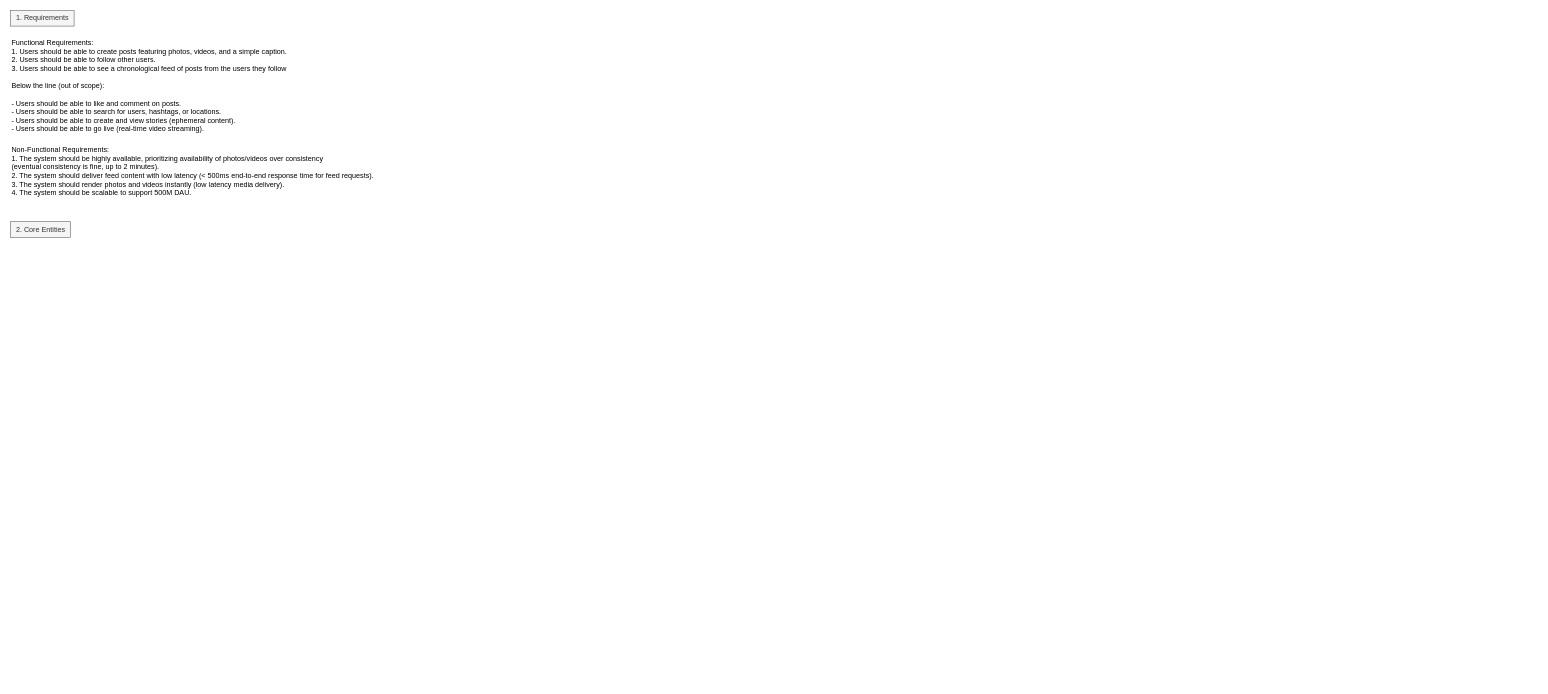
Before: page "instagram" (5 of 5) of system_design.drawio in lacrimae/system_design_practice, a draw.io diagram. Source tidied: cells renumbered, new cells numbered last; positions are measured from the earlier drawing's top-left corner, leaving out a move shared by most shapes. Both pictures are drawn from the tidied source at 60%, with x=0, y=0 at pixel (10, 10).
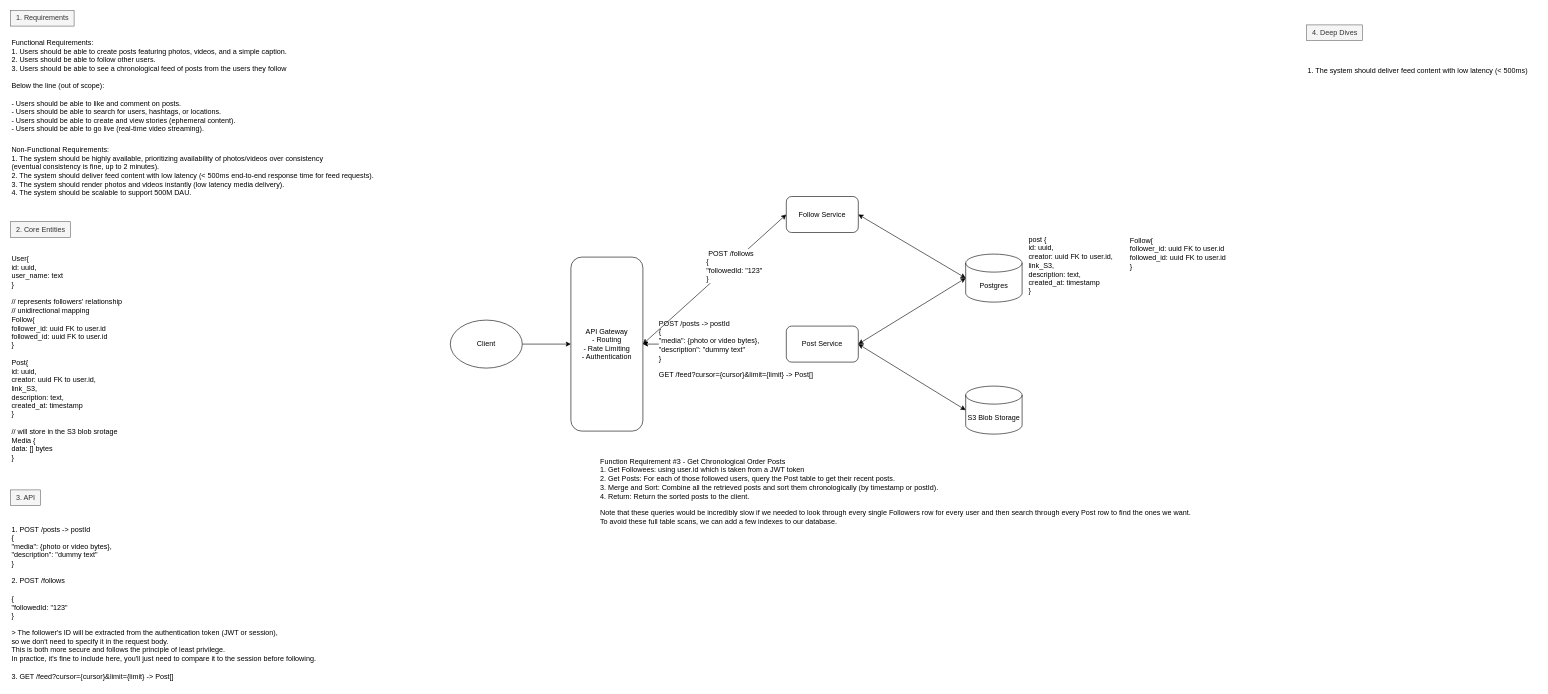
The same page after the edit.

Change to the diagram source:
```diff
@@
+    <mxCell id="6" value="User{&lt;div style=&quot;&quot;&gt;id: uuid,&lt;/div&gt;&lt;div style=&quot;&quot;&gt;user_name: text&lt;/div&gt;&lt;div&gt;}&lt;/div&gt;&lt;div&gt;&lt;br&gt;&lt;/div&gt;&lt;div&gt;// represents followers' relationship&lt;/div&gt;&lt;div&gt;// unidirectional mapping&lt;/div&gt;&lt;div&gt;Follow{&lt;/div&gt;&lt;div&gt;follower_id: uuid&amp;nbsp;&lt;span style=&quot;background-color: transparent; color: light-dark(rgb(0, 0, 0), rgb(255, 255, 255));&quot;&gt;FK to user.id&lt;/span&gt;&lt;/div&gt;&lt;div&gt;followed_id: uuid FK to user.id&lt;/div&gt;&lt;div&gt;}&lt;/div&gt;&lt;div&gt;&lt;br&gt;&lt;/div&gt;&lt;div&gt;Post{&lt;/div&gt;&lt;div&gt;id: uuid,&lt;/div&gt;&lt;div&gt;creator: uuid FK to user.id,&lt;/div&gt;&lt;div&gt;link_S3,&lt;/div&gt;&lt;div&gt;description: text,&lt;/div&gt;&lt;div&gt;created_at: timestamp&lt;/div&gt;&lt;div&gt;}&lt;/div&gt;&lt;div&gt;&lt;br&gt;&lt;/div&gt;&lt;div&gt;// will store in the S3 blob srotage&lt;/div&gt;&lt;div&gt;Media {&lt;/div&gt;&lt;div&gt;data: [] bytes&lt;/div&gt;&lt;div&gt;}&lt;/div&gt;&lt;div&gt;&lt;br&gt;&lt;/div&gt;&lt;div&gt;&lt;br&gt;&lt;/div&gt;" style="text;html=1;align=left;verticalAlign=middle;strokeColor=none;fillColor=none;" parent="1" vertex="1">
+      <mxGeometry y="401" width="202" height="386" as="geometry" />
+    </mxCell>
+    <mxCell id="7" value="3. API" style="text;html=1;align=center;verticalAlign=middle;strokeColor=#666666;fillColor=#f5f5f5;fontColor=#333333;" parent="1" vertex="1">
+      <mxGeometry y="799" width="50" height="26" as="geometry" />
+    </mxCell>
+    <mxCell id="8" value="1. POST /posts -&amp;gt; postId&lt;div&gt;{&lt;/div&gt;&lt;div&gt;&quot;media&quot;: {photo or video bytes},&lt;/div&gt;&lt;div&gt;&quot;description&quot;: &quot;dummy text&quot;&lt;/div&gt;&lt;div&gt;}&lt;/div&gt;&lt;div&gt;&lt;br&gt;&lt;/div&gt;&lt;div&gt;2. POST /follows&lt;/div&gt;&lt;div&gt;&lt;br&gt;&lt;/div&gt;&lt;div&gt;{&lt;/div&gt;&lt;div&gt;&quot;followedId: &quot;123&quot;&lt;/div&gt;&lt;div&gt;}&lt;/div&gt;&lt;div&gt;&lt;br&gt;&lt;/div&gt;&lt;div&gt;&amp;gt;&amp;nbsp;The follower's ID will be extracted from the authentication token (JWT or session),&lt;/div&gt;&lt;div&gt;so we don't need to specify it in the request body.&lt;/div&gt;&lt;div&gt;This is both more secure and follows the principle of least privilege.&amp;nbsp;&lt;/div&gt;&lt;div&gt;In practice, it's fine to include here, you'll just need to compare it to the session before following.&lt;/div&gt;&lt;div&gt;&lt;br&gt;&lt;/div&gt;&lt;div&gt;3.&amp;nbsp;&lt;span style=&quot;text-align: center; background-color: transparent; color: light-dark(rgb(0, 0, 0), rgb(255, 255, 255));&quot;&gt;GET /feed?cursor={cursor}&amp;amp;limit={limit} -&amp;gt; Post[]&lt;/span&gt;&lt;/div&gt;" style="text;html=1;align=left;verticalAlign=middle;strokeColor=none;fillColor=none;" parent="1" vertex="1">
+      <mxGeometry y="851" width="526" height="271" as="geometry" />
+    </mxCell>
+    <mxCell id="9" style="edgeStyle=orthogonalEdgeStyle;rounded=0;jettySize=auto;html=1;exitX=1;exitY=0.5;exitDx=0;exitDy=0;entryX=0;entryY=0.5;entryDx=0;entryDy=0;" parent="1" edge="1" source="10" target="15">
+      <mxGeometry relative="1" as="geometry" />
+    </mxCell>
+    <mxCell id="10" value="Client" style="ellipse;whiteSpace=wrap;html=1;" parent="1" vertex="1">
+      <mxGeometry x="733" y="516" width="120" height="80" as="geometry" />
+    </mxCell>
+    <mxCell id="11" style="edgeStyle=orthogonalEdgeStyle;rounded=0;jettySize=auto;html=1;exitX=1;exitY=0.5;exitDx=0;exitDy=0;entryX=0;entryY=0.5;entryDx=0;entryDy=0;startArrow=classic;startFill=1;" parent="1" edge="1" source="15" target="16">
+      <mxGeometry relative="1" as="geometry" />
+    </mxCell>
+    <mxCell id="12" value="&lt;span style=&quot;font-size: 12px;&quot;&gt;POST /posts -&amp;gt; postId&lt;/span&gt;&lt;div&gt;&lt;span style=&quot;font-size: 12px;&quot;&gt;&lt;div&gt;{&lt;/div&gt;&lt;div&gt;&quot;media&quot;: {photo or video bytes},&lt;/div&gt;&lt;div&gt;&quot;description&quot;: &quot;dummy text&quot;&lt;/div&gt;&lt;div&gt;}&lt;/div&gt;&lt;div&gt;&lt;br&gt;&lt;/div&gt;&lt;div&gt;&lt;span style=&quot;text-align: center;&quot;&gt;GET /feed?cursor={cursor}&amp;amp;limit={limit} -&amp;gt; Post[]&lt;/span&gt;&lt;/div&gt;&lt;div&gt;&lt;br&gt;&lt;/div&gt;&lt;/span&gt;&lt;/div&gt;" style="edgeLabel;html=1;align=left;verticalAlign=middle;" parent="11" vertex="1">
+      <mxGeometry x="-0.38" y="1" relative="1" as="geometry">
+        <mxPoint x="-49" y="16" as="offset" />
+      </mxGeometry>
+    </mxCell>
+    <mxCell id="13" style="rounded=0;jettySize=auto;html=1;exitX=1;exitY=0.5;exitDx=0;exitDy=0;entryX=0;entryY=0.5;entryDx=0;entryDy=0;startArrow=classic;startFill=1;" parent="1" edge="1" source="15" target="22">
+      <mxGeometry relative="1" as="geometry" />
+    </mxCell>
+    <mxCell id="14" value="&lt;div style=&quot;font-size: 12px;&quot;&gt;&amp;nbsp;POST /follows&lt;/div&gt;&lt;div style=&quot;font-size: 12px;&quot;&gt;&lt;span style=&quot;background-color: light-dark(#ffffff, var(--ge-dark-color, #121212)); color: light-dark(rgb(0, 0, 0), rgb(255, 255, 255));&quot;&gt;{&lt;/span&gt;&lt;/div&gt;&lt;div style=&quot;font-size: 12px;&quot;&gt;&quot;followedId: &quot;123&quot;&lt;/div&gt;&lt;div style=&quot;font-size: 12px;&quot;&gt;}&lt;/div&gt;" style="edgeLabel;html=1;align=left;verticalAlign=middle;" parent="13" vertex="1">
+      <mxGeometry x="0.3" y="1" relative="1" as="geometry">
+        <mxPoint x="-50" y="10" as="offset" />
+      </mxGeometry>
+    </mxCell>
+    <mxCell id="15" value="API Gateway&lt;div&gt;- Routing&lt;/div&gt;&lt;div&gt;- Rate Limiting&lt;/div&gt;&lt;div&gt;- Authentication&lt;/div&gt;" style="rounded=1;whiteSpace=wrap;html=1;" parent="1" vertex="1">
+      <mxGeometry x="934" y="411" width="120" height="290" as="geometry" />
+    </mxCell>
+    <mxCell id="16" value="Post Service" style="rounded=1;whiteSpace=wrap;html=1;" parent="1" vertex="1">
+      <mxGeometry x="1293" y="526" width="120" height="60" as="geometry" />
+    </mxCell>
+    <mxCell id="17" value="Postgres" style="shape=cylinder3;whiteSpace=wrap;html=1;boundedLbl=1;backgroundOutline=1;size=15;" parent="1" vertex="1">
+      <mxGeometry x="1592" y="406" width="94" height="80" as="geometry" />
+    </mxCell>
+    <mxCell id="18" value="S3 Blob Storage" style="shape=cylinder3;whiteSpace=wrap;html=1;boundedLbl=1;backgroundOutline=1;size=15;" parent="1" vertex="1">
+      <mxGeometry x="1592" y="626" width="94" height="80" as="geometry" />
+    </mxCell>
+    <mxCell id="19" style="rounded=0;jettySize=auto;html=1;exitX=1;exitY=0.5;exitDx=0;exitDy=0;entryX=0;entryY=0.5;entryDx=0;entryDy=0;entryPerimeter=0;startArrow=classic;startFill=1;" parent="1" edge="1" source="16" target="17">
+      <mxGeometry relative="1" as="geometry" />
+    </mxCell>
+    <mxCell id="20" style="rounded=0;jettySize=auto;html=1;exitX=1;exitY=0.5;exitDx=0;exitDy=0;entryX=0;entryY=0.5;entryDx=0;entryDy=0;entryPerimeter=0;startArrow=classic;startFill=1;" parent="1" edge="1" source="16" target="18">
+      <mxGeometry relative="1" as="geometry" />
+    </mxCell>
+    <mxCell id="21" value="&lt;div style=&quot;forced-color-adjust: none; color: rgb(0, 0, 0); font-family: Helvetica; font-size: 12px; font-style: normal; font-variant-ligatures: normal; font-variant-caps: normal; font-weight: 400; letter-spacing: normal; orphans: 2; text-align: left; text-indent: 0px; text-transform: none; widows: 2; word-spacing: 0px; -webkit-text-stroke-width: 0px; white-space: nowrap; background-color: rgb(255, 255, 255); text-decoration-thickness: initial; text-decoration-style: initial; text-decoration-color: initial;&quot;&gt;post {&lt;/div&gt;&lt;div style=&quot;forced-color-adjust: none; color: rgb(0, 0, 0); font-family: Helvetica; font-size: 12px; font-style: normal; font-variant-ligatures: normal; font-variant-caps: normal; font-weight: 400; letter-spacing: normal; orphans: 2; text-align: left; text-indent: 0px; text-transform: none; widows: 2; word-spacing: 0px; -webkit-text-stroke-width: 0px; white-space: nowrap; background-color: rgb(255, 255, 255); text-decoration-thickness: initial; text-decoration-style: initial; text-decoration-color: initial;&quot;&gt;id: uuid,&lt;/div&gt;&lt;div style=&quot;forced-color-adjust: none; color: rgb(0, 0, 0); font-family: Helvetica; font-size: 12px; font-style: normal; font-variant-ligatures: normal; font-variant-caps: normal; font-weight: 400; letter-spacing: normal; orphans: 2; text-align: left; text-indent: 0px; text-transform: none; widows: 2; word-spacing: 0px; -webkit-text-stroke-width: 0px; white-space: nowrap; background-color: rgb(255, 255, 255); text-decoration-thickness: initial; text-decoration-style: initial; text-decoration-color: initial;&quot;&gt;creator: uuid FK to user.id,&lt;/div&gt;&lt;div style=&quot;forced-color-adjust: none; color: rgb(0, 0, 0); font-family: Helvetica; font-size: 12px; font-style: normal; font-variant-ligatures: normal; font-variant-caps: normal; font-weight: 400; letter-spacing: normal; orphans: 2; text-align: left; text-indent: 0px; text-transform: none; widows: 2; word-spacing: 0px; -webkit-text-stroke-width: 0px; white-space: nowrap; background-color: rgb(255, 255, 255); text-decoration-thickness: initial; text-decoration-style: initial; text-decoration-color: initial;&quot;&gt;link_S3,&lt;/div&gt;&lt;div style=&quot;forced-color-adjust: none; color: rgb(0, 0, 0); font-family: Helvetica; font-size: 12px; font-style: normal; font-variant-ligatures: normal; font-variant-caps: normal; font-weight: 400; letter-spacing: normal; orphans: 2; text-align: left; text-indent: 0px; text-transform: none; widows: 2; word-spacing: 0px; -webkit-text-stroke-width: 0px; white-space: nowrap; background-color: rgb(255, 255, 255); text-decoration-thickness: initial; text-decoration-style: initial; text-decoration-color: initial;&quot;&gt;description: text,&lt;/div&gt;&lt;div style=&quot;forced-color-adjust: none; color: rgb(0, 0, 0); font-family: Helvetica; font-size: 12px; font-style: normal; font-variant-ligatures: normal; font-variant-caps: normal; font-weight: 400; letter-spacing: normal; orphans: 2; text-align: left; text-indent: 0px; text-transform: none; widows: 2; word-spacing: 0px; -webkit-text-stroke-width: 0px; white-space: nowrap; background-color: rgb(255, 255, 255); text-decoration-thickness: initial; text-decoration-style: initial; text-decoration-color: initial;&quot;&gt;created_at: timestamp&lt;/div&gt;&lt;div style=&quot;forced-color-adjust: none; color: rgb(0, 0, 0); font-family: Helvetica; font-size: 12px; font-style: normal; font-variant-ligatures: normal; font-variant-caps: normal; font-weight: 400; letter-spacing: normal; orphans: 2; text-align: left; text-indent: 0px; text-transform: none; widows: 2; word-spacing: 0px; -webkit-text-stroke-width: 0px; white-space: nowrap; background-color: rgb(255, 255, 255); text-decoration-thickness: initial; text-decoration-style: initial; text-decoration-color: initial;&quot;&gt;}&lt;/div&gt;" style="text;whiteSpace=wrap;html=1;" parent="1" vertex="1">
+      <mxGeometry x="1695" y="368" width="169" height="123" as="geometry" />
+    </mxCell>
+    <mxCell id="22" value="Follow Service" style="rounded=1;whiteSpace=wrap;html=1;" parent="1" vertex="1">
+      <mxGeometry x="1293" y="310" width="120" height="60" as="geometry" />
+    </mxCell>
+    <mxCell id="23" style="rounded=0;jettySize=auto;html=1;exitX=1;exitY=0.5;exitDx=0;exitDy=0;entryX=0;entryY=0.5;entryDx=0;entryDy=0;entryPerimeter=0;startArrow=classic;startFill=1;" parent="1" edge="1" source="22" target="17">
+      <mxGeometry relative="1" as="geometry" />
+    </mxCell>
+    <mxCell id="24" value="&lt;div style=&quot;forced-color-adjust: none;&quot;&gt;Follow{&lt;/div&gt;&lt;div style=&quot;forced-color-adjust: none;&quot;&gt;follower_id: uuid&amp;nbsp;&lt;span style=&quot;forced-color-adjust: none; background-color: transparent; color: light-dark(rgb(0, 0, 0), rgb(255, 255, 255));&quot;&gt;FK to user.id&lt;/span&gt;&lt;/div&gt;&lt;div style=&quot;forced-color-adjust: none;&quot;&gt;followed_id: uuid FK to user.id&lt;/div&gt;&lt;div style=&quot;forced-color-adjust: none;&quot;&gt;}&lt;/div&gt;" style="text;whiteSpace=wrap;html=1;" parent="1" vertex="1">
+      <mxGeometry x="1864" y="370" width="188" height="94" as="geometry" />
+    </mxCell>
+    <mxCell id="25" value="Function Requirement #3 - Get Chronological Order Posts&lt;div&gt;1. Get Followees: using user.id which is taken from a JWT token&lt;/div&gt;&lt;div&gt;2. Get Posts:&amp;nbsp;For each of those followed users, query the Post table to get their recent posts.&lt;/div&gt;&lt;div&gt;3.&amp;nbsp;Merge and Sort: Combine all the retrieved posts and sort them chronologically (by timestamp or postId).&lt;/div&gt;&lt;div&gt;4.&amp;nbsp;Return: Return the sorted posts to the client.&lt;br&gt;&lt;br&gt;Note that these queries would be incredibly slow if we needed to look through every single Followers row for every user and then search through every Post row to find the ones we want.&amp;nbsp;&lt;/div&gt;&lt;div&gt;To avoid these full table scans, we can add a few indexes to our database.&lt;/div&gt;" style="text;html=1;align=left;verticalAlign=middle;strokeColor=none;fillColor=none;" parent="1" vertex="1">
+      <mxGeometry x="981" y="738" width="1006" height="127" as="geometry" />
+    </mxCell>
+    <mxCell id="26" value="4. Deep Dives" style="text;html=1;align=center;verticalAlign=middle;strokeColor=#666666;fillColor=#f5f5f5;fontColor=#333333;" parent="1" vertex="1">
+      <mxGeometry x="2160" y="24" width="93" height="26" as="geometry" />
+    </mxCell>
+    <mxCell id="27" value="1. The system should deliver feed content with low latency (&amp;lt; 500ms)&lt;div&gt;&lt;br&gt;&lt;/div&gt;" style="text;html=1;align=left;verticalAlign=middle;strokeColor=none;fillColor=none;" parent="1" vertex="1">
+      <mxGeometry x="2160" y="87" width="385" height="41" as="geometry" />
+    </mxCell>
```
